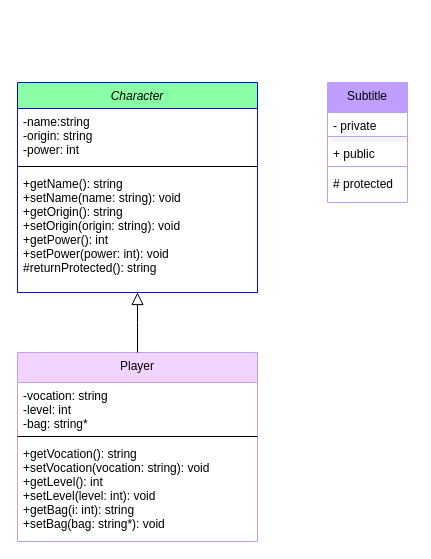
Above: UML_diagram/UML_ex.drawio in kungsjds/cpp-basic (draw.io), before the change. Source tidied: cells renumbered, new cells numbered last; positions are measured from the earlier drawing's top-left corner, leaving out a move shared by most shapes. Both pictures are drawn from the tidied source at 100%, with x=0, y=0 at pixel (17, 82).
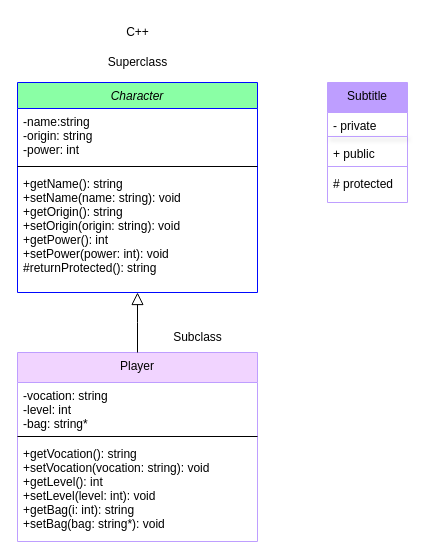
The same page after the edit.

Diff of the diagram source:
```diff
@@
 <mxGraphModel>
   <root>
     <mxCell id="0" />
     <mxCell id="1" parent="0" />
     <mxCell id="2" value="Character" style="swimlane;fontStyle=2;align=center;verticalAlign=top;horizontal=1;startSize=26;rounded=0;shadow=0;strokeWidth=1;strokeColor=#0008FF;fillColor=#8AFFA5;" parent="1" vertex="1">
       <mxGeometry width="240" height="210" as="geometry" />
     </mxCell>
     <mxCell id="3" value="-name:string&#10;-origin: string&#10;-power: int" style="text;align=left;verticalAlign=top;spacingLeft=4;spacingRight=4;overflow=hidden;" parent="2" vertex="1">
       <mxGeometry y="26" width="240" height="54" as="geometry" />
     </mxCell>
     <mxCell id="4" style="line;html=1;strokeWidth=1;align=left;verticalAlign=middle;spacingTop=-1;spacingLeft=3;spacingRight=3;labelPosition=right;" parent="2" vertex="1">
       <mxGeometry y="80" width="240" height="8" as="geometry" />
     </mxCell>
     <mxCell id="5" value="+getName(): string&#10;+setName(name: string): void&#10;+getOrigin(): string&#10;+setOrigin(origin: string): void&#10;+getPower(): int&#10;+setPower(power: int): void&#10;#returnProtected(): string" style="text;align=left;verticalAlign=top;spacingLeft=4;spacingRight=4;overflow=hidden;" parent="2" vertex="1">
       <mxGeometry y="88" width="240" height="122" as="geometry" />
     </mxCell>
     <mxCell id="6" value="Player" style="swimlane;fontStyle=0;align=center;verticalAlign=top;horizontal=1;startSize=30;rounded=0;shadow=0;strokeWidth=1;strokeColor=#BE9EFF;fillColor=#F1D4FF;" parent="1" vertex="1">
       <mxGeometry y="270" width="240" height="189" as="geometry" />
     </mxCell>
     <mxCell id="7" value="-vocation: string&#10;-level: int&#10;-bag: string*" style="text;align=left;verticalAlign=top;spacingLeft=4;spacingRight=4;overflow=hidden;" parent="6" vertex="1">
       <mxGeometry y="30" width="240" height="50" as="geometry" />
     </mxCell>
     <mxCell id="8" style="line;html=1;strokeWidth=1;align=left;verticalAlign=middle;spacingTop=-1;spacingLeft=3;spacingRight=3;labelPosition=right;" parent="6" vertex="1">
       <mxGeometry y="80" width="240" height="8" as="geometry" />
     </mxCell>
     <mxCell id="9" value="+getVocation(): string&#10;+setVocation(vocation: string): void&#10;+getLevel(): int&#10;+setLevel(level: int): void&#10;+getBag(i: int): string&#10;+setBag(bag: string*): void" style="text;align=left;verticalAlign=top;spacingLeft=4;spacingRight=4;overflow=hidden;fontStyle=0;" parent="6" vertex="1">
       <mxGeometry y="88" width="240" height="92" as="geometry" />
     </mxCell>
     <mxCell id="10" style="endArrow=block;endSize=10;endFill=0;shadow=0;strokeWidth=1;rounded=0;edgeStyle=elbowEdgeStyle;elbow=vertical;" parent="1" edge="1" source="6" target="2">
       <mxGeometry relative="1" as="geometry" />
     </mxCell>
     <mxCell id="11" value="Subtitle" style="swimlane;fontStyle=0;align=center;verticalAlign=top;horizontal=1;startSize=30;rounded=0;shadow=0;strokeWidth=1;strokeColor=#BE9EFF;fillColor=#BE9EFF;" parent="1" vertex="1">
       <mxGeometry x="310" width="80" height="120" as="geometry" />
     </mxCell>
     <mxCell id="12" value="- private" style="text;align=left;verticalAlign=top;spacingLeft=4;spacingRight=4;overflow=hidden;" parent="11" vertex="1">
       <mxGeometry y="30" width="80" height="20" as="geometry" />
     </mxCell>
     <mxCell id="13" style="line;html=1;strokeWidth=1;align=left;verticalAlign=middle;spacingTop=-1;spacingLeft=3;spacingRight=3;labelPosition=right;shadow=1;strokeColor=#BE9EFF;" parent="11" vertex="1">
       <mxGeometry y="50" width="80" height="8" as="geometry" />
     </mxCell>
     <mxCell id="14" value="+ public" style="text;align=left;verticalAlign=top;spacingLeft=4;spacingRight=4;overflow=hidden;fontStyle=0;" parent="11" vertex="1">
       <mxGeometry y="58" width="80" height="22" as="geometry" />
     </mxCell>
     <mxCell id="15" style="line;html=1;strokeWidth=1;align=left;verticalAlign=middle;spacingTop=-1;spacingLeft=3;spacingRight=3;labelPosition=right;strokeColor=#BE9EFF;" parent="11" vertex="1">
       <mxGeometry y="80" width="80" height="8" as="geometry" />
     </mxCell>
     <mxCell id="16" value="# protected" style="text;align=left;verticalAlign=top;spacingLeft=4;spacingRight=4;overflow=hidden;fontStyle=0;" parent="11" vertex="1">
       <mxGeometry y="88" width="80" height="22" as="geometry" />
     </mxCell>
+    <mxCell id="17" value="Superclass" style="text;html=1;align=center;verticalAlign=middle;strokeColor=none;fillColor=none;" parent="1" vertex="1">
+      <mxGeometry x="80" y="-35" width="80" height="30" as="geometry" />
+    </mxCell>
+    <mxCell id="18" value="Subclass" style="text;html=1;align=center;verticalAlign=middle;strokeColor=none;fillColor=none;" parent="1" vertex="1">
+      <mxGeometry x="145" y="240" width="70" height="30" as="geometry" />
+    </mxCell>
+    <mxCell id="19" value="C++" style="text;html=1;align=center;verticalAlign=middle;strokeColor=none;fillColor=none;" parent="1" vertex="1">
+      <mxGeometry x="95" y="-65" width="50" height="30" as="geometry" />
+    </mxCell>
   </root>
 </mxGraphModel>
```
